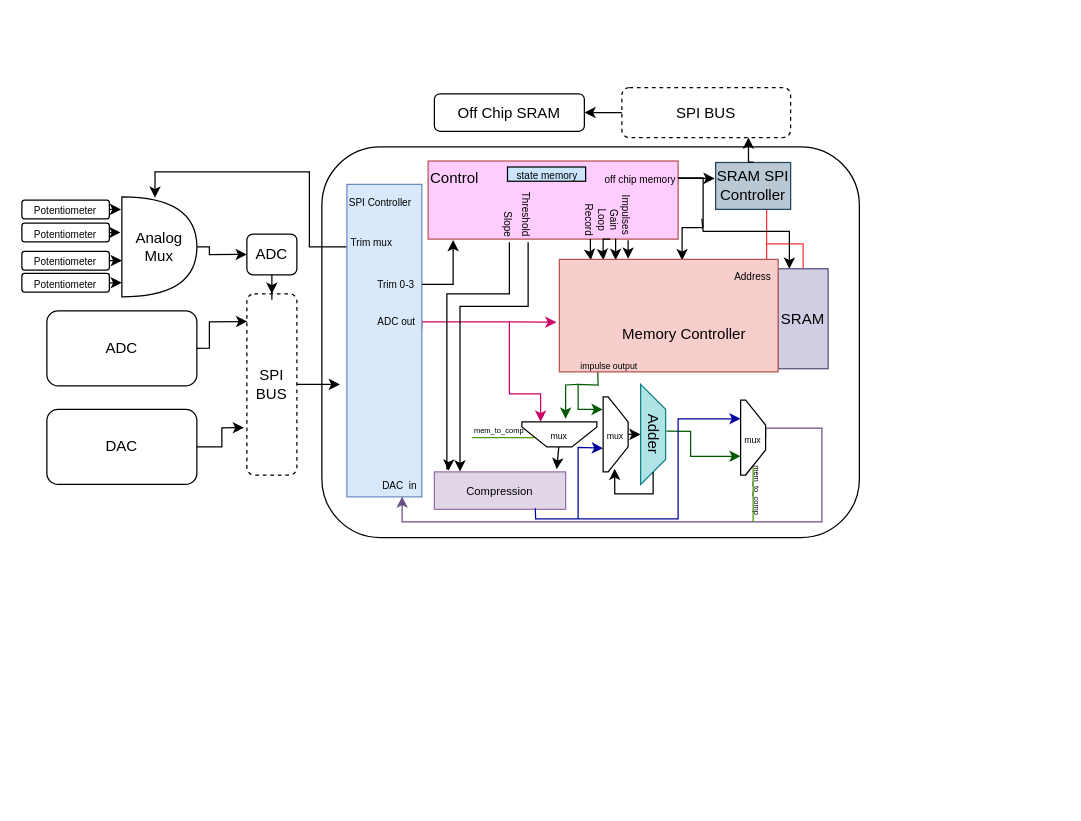
Above: docs/diagrams/Top Level Diagram.drawio in sdmay24-21/ASIC-GuitarPedal (draw.io), before the change. Source tidied: cells renumbered, new cells numbered last; positions are measured from the earlier drawing's top-left corner, leaving out a move shared by most shapes. Both pictures are drawn from the tidied source at 125%, with x=0, y=0 at pixel (21, 86).
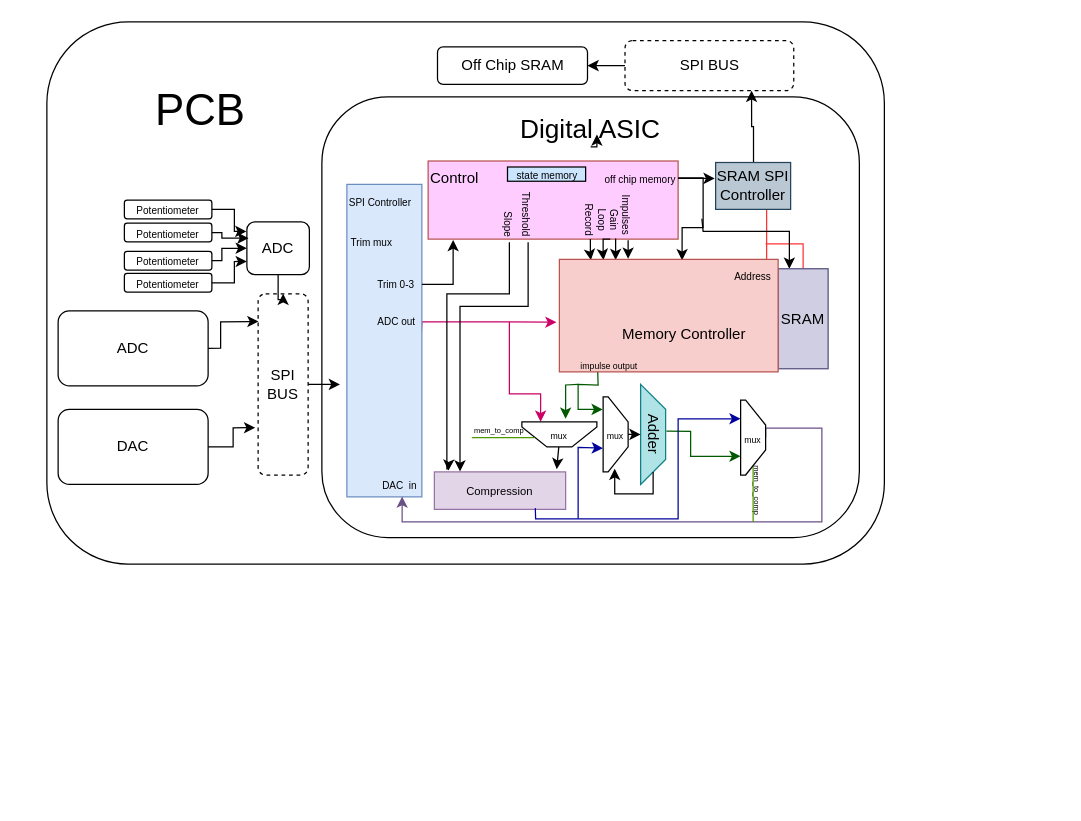
Above is the later version.

The change refers to these unchanged cells:
```xml
<mxCell id="4" style="rounded=1;whiteSpace=wrap;html=1;" parent="3" vertex="1">
  <mxGeometry x="20" width="120" height="60" as="geometry" />
</mxCell>
<mxCell id="32" value="&lt;font style=&quot;font-size: 8px;&quot;&gt;Trim mux&lt;/font&gt;" style="text;html=1;strokeColor=none;fillColor=none;align=center;verticalAlign=middle;whiteSpace=wrap;rounded=0;" parent="1" vertex="1">
  <mxGeometry x="260" y="109" width="40" height="30" as="geometry" />
</mxCell>
<mxCell id="33" style="group;" parent="1" vertex="1">
  <mxGeometry x="490" y="150.5" width="340" height="420" as="geometry" />
</mxCell>
<mxCell id="58" value="SRAM SPI Controller" style="text;html=1;strokeColor=#23445d;fillColor=#bac8d3;align=center;verticalAlign=middle;whiteSpace=wrap;rounded=0;spacingTop=0;labelBorderColor=none;perimeterSpacing=10;" parent="33" vertex="1">
  <mxGeometry x="65" y="-90" width="60" height="37.5" as="geometry" />
</mxCell>
```

Change to the diagram source:
```diff
@@
+    <mxCell id="90" style="rounded=1;whiteSpace=wrap;html=1;" parent="1" vertex="1">
+      <mxGeometry x="20" y="-52" width="670" height="433.8" as="geometry" />
+    </mxCell>
     <mxCell id="2" style="rounded=1;whiteSpace=wrap;html=1;" parent="1" vertex="1">
-      <mxGeometry x="240" y="48" width="430" height="312.5" as="geometry" />
+      <mxGeometry x="240" y="8" width="430" height="352.5" as="geometry" />
     </mxCell>
     <mxCell id="3" style="group;" parent="1" vertex="1">
-      <mxGeometry y="179.2" width="120" height="60" as="geometry" />
+      <mxGeometry x="9" y="179.2" width="120" height="60" as="geometry" />
     </mxCell>
@@
     <mxCell id="6" style="group;" parent="1" vertex="1">
-      <mxGeometry x="20" y="258" width="120" height="60" as="geometry" />
+      <mxGeometry x="29" y="258" width="120" height="60" as="geometry" />
     </mxCell>
@@
     <mxCell id="9" style="endArrow=classic;html=1;rounded=0;exitX=1;exitY=0.5;exitDx=0;exitDy=0;entryX=0.008;entryY=0.153;entryDx=0;entryDy=0;entryPerimeter=0;" parent="1" edge="1" source="4" target="16">
       <mxGeometry relative="1" as="geometry">
         <Array as="points">
-          <mxPoint x="150" y="209" />
-          <mxPoint x="150" y="188" />
+          <mxPoint x="159" y="209" />
+          <mxPoint x="159" y="188" />
         </Array>
       </mxGeometry>
     </mxCell>
@@
-    <mxCell id="11" style="edgeStyle=orthogonalEdgeStyle;rounded=0;jettySize=auto;html=1;entryX=0.442;entryY=0.008;entryDx=0;entryDy=0;entryPerimeter=0;" parent="1" edge="1" source="32" target="23">
-      <mxGeometry relative="1" as="geometry">
-        <Array as="points">
-          <mxPoint x="230" y="128" />
-          <mxPoint x="230" y="68" />
-          <mxPoint x="106" y="68" />
-        </Array>
-      </mxGeometry>
-    </mxCell>
@@
     <mxCell id="16" value="SPI BUS" style="text;html=1;strokeColor=default;fillColor=none;align=center;verticalAlign=middle;whiteSpace=wrap;rounded=1;dashed=1;" parent="1" vertex="1">
-      <mxGeometry x="180" y="165.5" width="40" height="145" as="geometry" />
+      <mxGeometry x="189" y="165.5" width="40" height="145" as="geometry" />
     </mxCell>
@@
     <mxCell id="21" value="ADC" style="rounded=1;whiteSpace=wrap;html=1;" parent="1" vertex="1">
-      <mxGeometry x="180" y="117.8" width="40" height="32.5" as="geometry" />
+      <mxGeometry x="180" y="108" width="50" height="42.2" as="geometry" />
     </mxCell>
-    <mxCell id="22" style="edgeStyle=orthogonalEdgeStyle;rounded=0;jettySize=auto;html=1;exitX=1;exitY=0.5;exitDx=0;exitDy=0;exitPerimeter=0;entryX=0;entryY=0.5;entryDx=0;entryDy=0;" parent="1" edge="1" source="23" target="21">
-      <mxGeometry relative="1" as="geometry">
-        <Array as="points">
-          <mxPoint x="150" y="128" />
-          <mxPoint x="150" y="134" />
-        </Array>
-      </mxGeometry>
-    </mxCell>
-    <mxCell id="23" value="Analog Mux" style="shape=or;whiteSpace=wrap;html=1;" parent="1" vertex="1">
-      <mxGeometry x="80" y="88" width="60" height="80" as="geometry" />
-    </mxCell>
     <mxCell id="24" value="&lt;font style=&quot;font-size: 8px;&quot;&gt;Potentiometer&lt;/font&gt;" style="rounded=1;whiteSpace=wrap;html=1;" parent="1" vertex="1">
-      <mxGeometry y="90.5" width="70" height="15" as="geometry" />
+      <mxGeometry x="82" y="90.5" width="70" height="15" as="geometry" />
     </mxCell>
     <mxCell id="25" value="&lt;font style=&quot;font-size: 8px;&quot;&gt;Potentiometer&lt;/font&gt;" style="rounded=1;whiteSpace=wrap;html=1;" parent="1" vertex="1">
-      <mxGeometry y="109" width="70" height="15" as="geometry" />
+      <mxGeometry x="82" y="109" width="70" height="15" as="geometry" />
     </mxCell>
     <mxCell id="26" value="&lt;font style=&quot;font-size: 8px;&quot;&gt;Potentiometer&lt;/font&gt;" style="rounded=1;whiteSpace=wrap;html=1;" parent="1" vertex="1">
-      <mxGeometry y="131.5" width="70" height="15" as="geometry" />
+      <mxGeometry x="82" y="131.5" width="70" height="15" as="geometry" />
     </mxCell>
     <mxCell id="27" value="&lt;font style=&quot;font-size: 8px;&quot;&gt;Potentiometer&lt;/font&gt;" style="rounded=1;whiteSpace=wrap;html=1;" parent="1" vertex="1">
-      <mxGeometry y="149.2" width="70" height="15" as="geometry" />
+      <mxGeometry x="82" y="149.2" width="70" height="15" as="geometry" />
     </mxCell>
-    <mxCell id="28" style="edgeStyle=orthogonalEdgeStyle;rounded=0;jettySize=auto;html=1;exitX=1;exitY=0.5;exitDx=0;exitDy=0;entryX=0;entryY=0.859;entryDx=0;entryDy=0;entryPerimeter=0;" parent="1" edge="1" source="27" target="23">
-      <mxGeometry relative="1" as="geometry" />
+    <mxCell id="28" style="edgeStyle=orthogonalEdgeStyle;rounded=0;jettySize=auto;html=1;exitX=1;exitY=0.5;exitDx=0;exitDy=0;entryX=0;entryY=0.75;entryDx=0;entryDy=0;" parent="1" edge="1" source="27" target="21">
+      <mxGeometry relative="1" as="geometry">
+        <Array as="points">
+          <mxPoint x="170" y="157" />
+          <mxPoint x="170" y="140" />
+        </Array>
+      </mxGeometry>
     </mxCell>
-    <mxCell id="29" style="edgeStyle=orthogonalEdgeStyle;rounded=0;jettySize=auto;html=1;exitX=1;exitY=0.5;exitDx=0;exitDy=0;entryX=0;entryY=0.637;entryDx=0;entryDy=0;entryPerimeter=0;" parent="1" edge="1" source="26" target="23">
-      <mxGeometry relative="1" as="geometry" />
+    <mxCell id="29" style="edgeStyle=orthogonalEdgeStyle;rounded=0;jettySize=auto;html=1;exitX=1;exitY=0.5;exitDx=0;exitDy=0;entryX=0;entryY=0.5;entryDx=0;entryDy=0;" parent="1" edge="1" source="26" target="21">
+      <mxGeometry relative="1" as="geometry">
+        <Array as="points">
+          <mxPoint x="160" y="139" />
+          <mxPoint x="160" y="129" />
+        </Array>
+      </mxGeometry>
     </mxCell>
-    <mxCell id="30" style="edgeStyle=orthogonalEdgeStyle;rounded=0;jettySize=auto;html=1;exitX=1;exitY=0.5;exitDx=0;exitDy=0;entryX=-0.019;entryY=0.357;entryDx=0;entryDy=0;entryPerimeter=0;" parent="1" edge="1" source="25" target="23">
-      <mxGeometry relative="1" as="geometry" />
+    <mxCell id="30" style="edgeStyle=orthogonalEdgeStyle;rounded=0;jettySize=auto;html=1;exitX=1;exitY=0.5;exitDx=0;exitDy=0;entryX=0.027;entryY=0.308;entryDx=0;entryDy=0;entryPerimeter=0;" parent="1" edge="1" source="25" target="21">
+      <mxGeometry relative="1" as="geometry">
+        <Array as="points">
+          <mxPoint x="160" y="117" />
+          <mxPoint x="160" y="121" />
+        </Array>
+      </mxGeometry>
     </mxCell>
-    <mxCell id="31" style="edgeStyle=orthogonalEdgeStyle;rounded=0;jettySize=auto;html=1;exitX=1;exitY=0.5;exitDx=0;exitDy=0;entryX=-0.01;entryY=0.118;entryDx=0;entryDy=0;entryPerimeter=0;" parent="1" edge="1" source="24" target="23">
-      <mxGeometry relative="1" as="geometry" />
+    <mxCell id="31" style="edgeStyle=orthogonalEdgeStyle;rounded=0;jettySize=auto;html=1;exitX=1;exitY=0.5;exitDx=0;exitDy=0;entryX=-0.007;entryY=0.181;entryDx=0;entryDy=0;entryPerimeter=0;" parent="1" edge="1" source="24" target="21">
+      <mxGeometry relative="1" as="geometry">
+        <Array as="points">
+          <mxPoint x="170" y="98" />
+          <mxPoint x="170" y="116" />
+        </Array>
+      </mxGeometry>
     </mxCell>
@@
-    <mxCell id="86" value="Off Chip SRAM" style="rounded=1;whiteSpace=wrap;html=1;" parent="33" vertex="1">
-      <mxGeometry x="-160" y="-145" width="120" height="30" as="geometry" />
+    <mxCell id="86" value="Off Chip SRAM" style="rounded=1;whiteSpace=wrap;html=1;" parent="1" vertex="1">
+      <mxGeometry x="332.5" y="-32" width="120" height="30" as="geometry" />
     </mxCell>
-    <mxCell id="87" style="edgeStyle=orthogonalEdgeStyle;rounded=0;jettySize=auto;html=1;entryX=1;entryY=0.5;entryDx=0;entryDy=0;" parent="33" edge="1" source="88" target="86">
+    <mxCell id="87" style="edgeStyle=orthogonalEdgeStyle;rounded=0;jettySize=auto;html=1;entryX=1;entryY=0.5;entryDx=0;entryDy=0;" parent="1" edge="1" source="88" target="86">
       <mxGeometry relative="1" as="geometry" />
     </mxCell>
-    <mxCell id="88" value="SPI BUS" style="text;html=1;strokeColor=default;fillColor=none;align=center;verticalAlign=middle;whiteSpace=wrap;rounded=1;dashed=1;" parent="33" vertex="1">
-      <mxGeometry x="-10" y="-150" width="135" height="40" as="geometry" />
+    <mxCell id="88" value="SPI BUS" style="text;html=1;strokeColor=default;fillColor=none;align=center;verticalAlign=middle;whiteSpace=wrap;rounded=1;dashed=1;" parent="1" vertex="1">
+      <mxGeometry x="482.5" y="-37" width="135" height="40" as="geometry" />
     </mxCell>
-    <mxCell id="89" style="edgeStyle=orthogonalEdgeStyle;rounded=0;jettySize=auto;html=1;entryX=0.75;entryY=1;entryDx=0;entryDy=0;exitX=0.504;exitY=0.168;exitDx=0;exitDy=0;exitPerimeter=0;" parent="33" edge="1" source="58" target="88">
+    <mxCell id="89" style="edgeStyle=orthogonalEdgeStyle;rounded=0;jettySize=auto;html=1;entryX=0.75;entryY=1;entryDx=0;entryDy=0;exitX=0.504;exitY=0.168;exitDx=0;exitDy=0;exitPerimeter=0;" parent="1" edge="1" source="58" target="88">
       <mxGeometry relative="1" as="geometry" />
     </mxCell>
+    <mxCell id="91" value="Digital ASIC" style="text;html=1;strokeColor=none;fillColor=none;align=center;verticalAlign=middle;whiteSpace=wrap;rounded=0;strokeWidth=0;fontSize=21;" parent="1" vertex="1">
+      <mxGeometry x="358.1" y="18" width="193.8" height="30" as="geometry" />
+    </mxCell>
+    <mxCell id="92" style="edgeStyle=orthogonalEdgeStyle;rounded=0;orthogonalLoop=1;jettySize=auto;html=1;exitX=0.5;exitY=1;exitDx=0;exitDy=0;entryX=0.526;entryY=0.667;entryDx=0;entryDy=0;entryPerimeter=0;" parent="1" edge="1" source="91" target="91">
+      <mxGeometry relative="1" as="geometry" />
+    </mxCell>
+    <mxCell id="93" value="&lt;font style=&quot;font-size: 35px;&quot;&gt;PCB&lt;/font&gt;" style="text;html=1;strokeColor=none;fillColor=none;align=center;verticalAlign=middle;whiteSpace=wrap;rounded=0;strokeWidth=0;fontSize=21;" parent="1" vertex="1">
+      <mxGeometry x="46.2" y="3" width="193.8" height="30" as="geometry" />
+    </mxCell>
```
